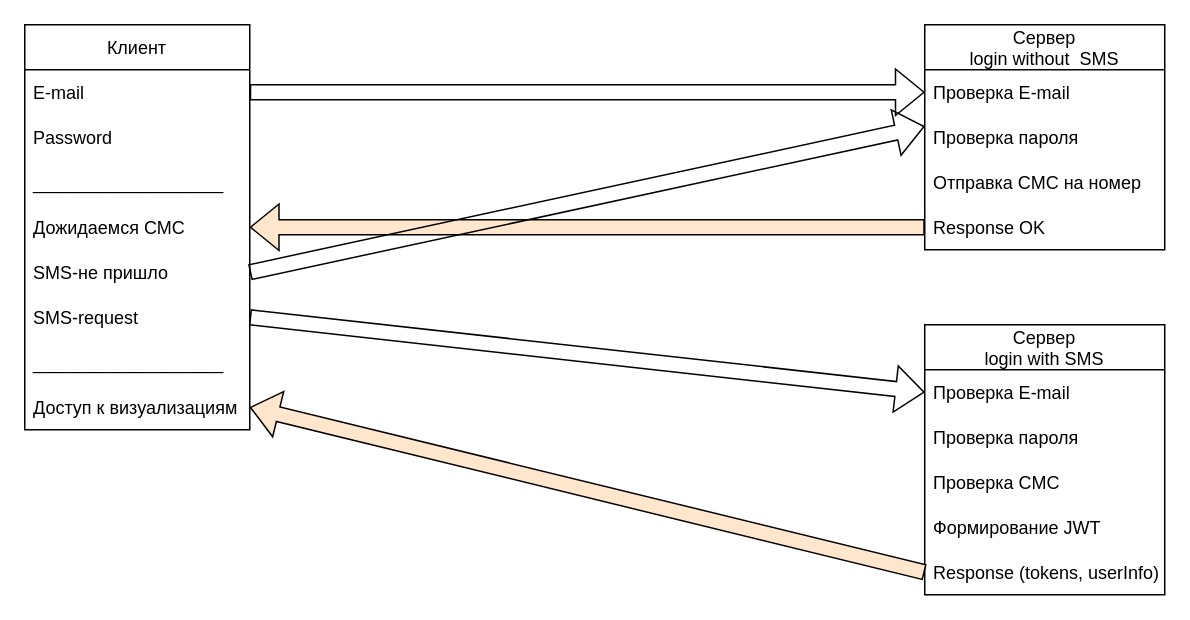
89224747505/diagrams keeps this draw.io diagram as SchemeKvanta.drawio. Above is the earlier version. Source tidied: cells renumbered, new cells numbered last; positions are measured from the earlier drawing's top-left corner, leaving out a move shared by most shapes. Both pictures are drawn from the tidied source at 150%, with x=0, y=0 at pixel (24, 24).
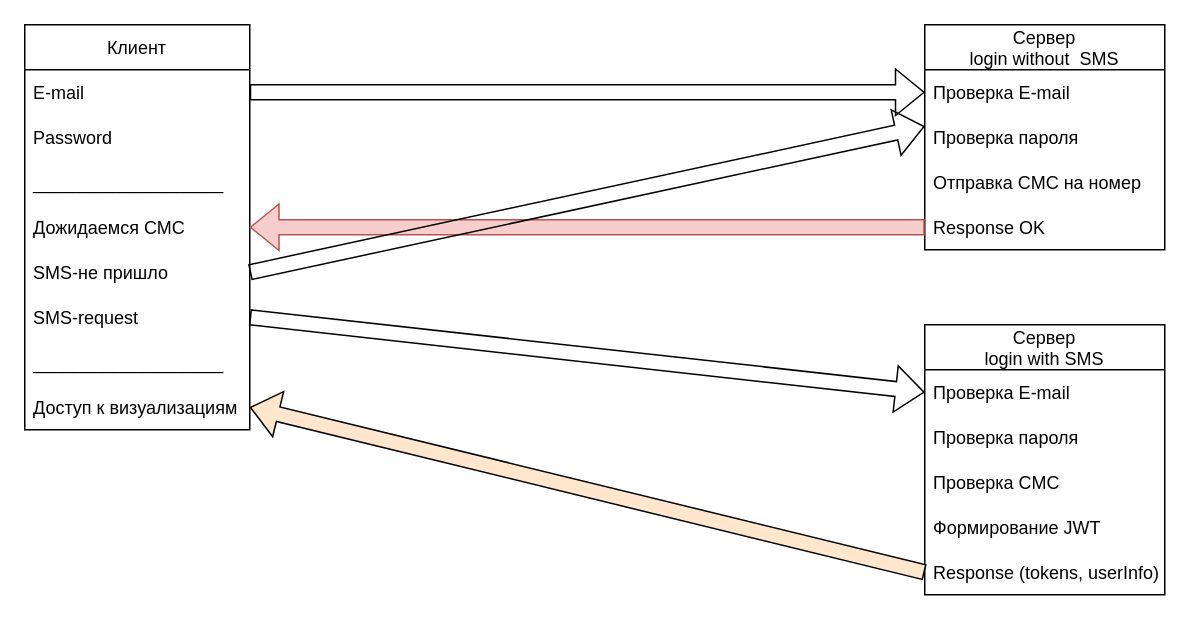
The same diagram, later.

Unchanged cells that the change refers to:
```xml
<mxCell id="6" value="Дожидаемся СМС" style="text;strokeColor=none;fillColor=none;align=left;verticalAlign=middle;spacingLeft=4;spacingRight=4;overflow=hidden;points=[[0,0.5],[1,0.5]];portConstraint=eastwest;" parent="2" vertex="1">
  <mxGeometry y="120" width="150" height="30" as="geometry" />
</mxCell>
<mxCell id="16" value="Response OK " style="text;strokeColor=none;fillColor=none;align=left;verticalAlign=middle;spacingLeft=4;spacingRight=4;overflow=hidden;points=[[0,0.5],[1,0.5]];portConstraint=eastwest;" parent="12" vertex="1">
  <mxGeometry y="120" width="160" height="30" as="geometry" />
</mxCell>
```

Change to the diagram source:
```diff
@@
-    <mxCell id="17" style="edgeStyle=none;rounded=0;jettySize=auto;html=1;exitX=0;exitY=0.5;exitDx=0;exitDy=0;entryX=1;entryY=0.5;entryDx=0;entryDy=0;shape=flexArrow;fillColor=#FFE6CC;" parent="1" edge="1" source="16" target="6">
+    <mxCell id="17" style="edgeStyle=none;rounded=0;jettySize=auto;html=1;exitX=0;exitY=0.5;exitDx=0;exitDy=0;entryX=1;entryY=0.5;entryDx=0;entryDy=0;shape=flexArrow;fillColor=#f8cecc;strokeColor=#b85450;" parent="1" edge="1" source="16" target="6">
       <mxGeometry relative="1" as="geometry" />
     </mxCell>
```
